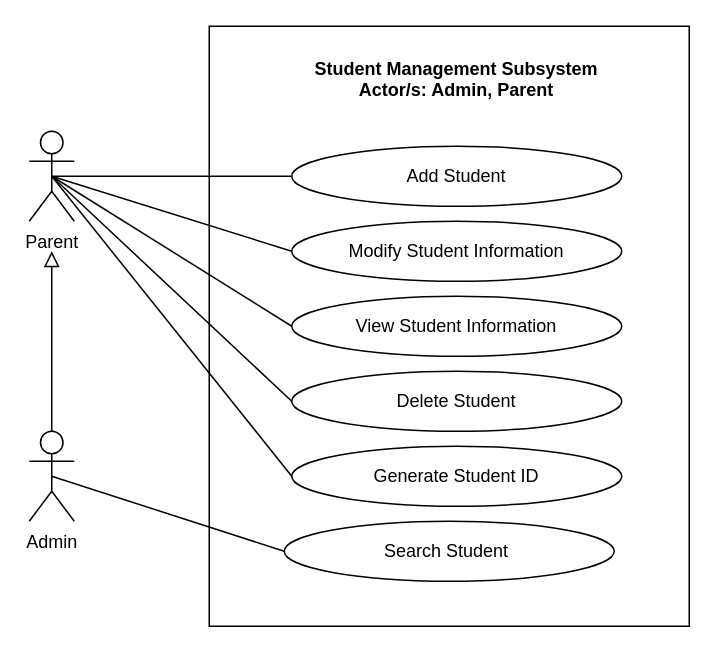
mrklglsn/CAPSTONE-FILES keeps this draw.io diagram as page "SMS" (1 of 7) of REVISIONS/UML-DIAGRAMS/6-9-2021/USE CASE/use case.drawio. Above is the earlier version. Source tidied: cells renumbered, new cells numbered last; positions are measured from the earlier drawing's top-left corner, leaving out a move shared by most shapes. Both pictures are drawn from the tidied source at 150%, with x=0, y=0 at pixel (28, 26).
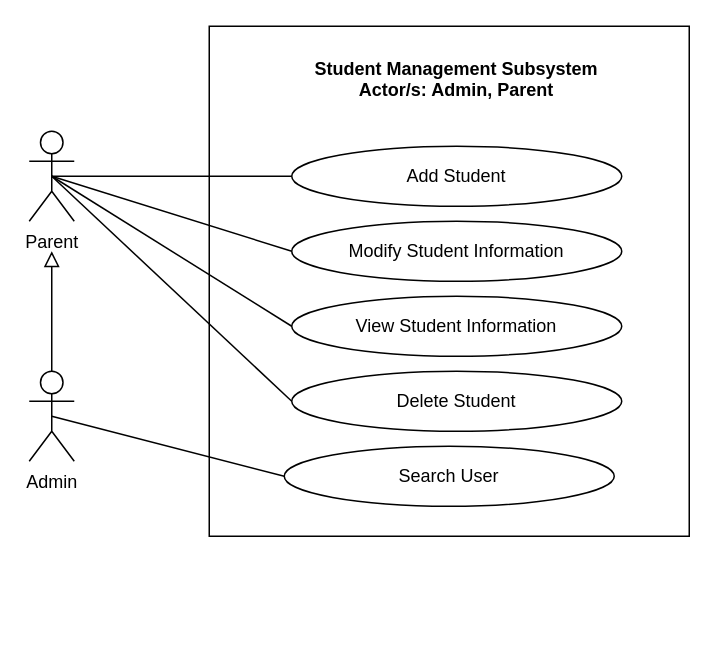
Above is the later version.

What changed in the source:
```diff
@@
 <mxGraphModel>
   <root>
     <mxCell id="0" />
     <mxCell id="1" parent="0" />
     <mxCell id="2" style="html=1;fillColor=none;" parent="1" vertex="1">
-      <mxGeometry x="120" width="320" height="400" as="geometry" />
+      <mxGeometry x="120" width="320" height="340" as="geometry" />
     </mxCell>
     <mxCell id="3" style="edgeStyle=none;rounded=0;jumpStyle=arc;jumpSize=14;jettySize=auto;html=1;exitX=0.5;exitY=0.5;exitDx=0;exitDy=0;exitPerimeter=0;entryX=0;entryY=0.5;entryDx=0;entryDy=0;startArrow=none;startFill=0;endArrow=none;endFill=0;startSize=11;endSize=11;" parent="1" edge="1" source="8" target="13">
       <mxGeometry relative="1" as="geometry" />
     </mxCell>
     <mxCell id="4" style="edgeStyle=none;rounded=0;jumpStyle=arc;jumpSize=14;jettySize=auto;html=1;exitX=0.5;exitY=0.5;exitDx=0;exitDy=0;exitPerimeter=0;entryX=0;entryY=0.5;entryDx=0;entryDy=0;startArrow=none;startFill=0;endArrow=none;endFill=0;startSize=11;endSize=11;" parent="1" edge="1" source="8" target="14">
       <mxGeometry relative="1" as="geometry" />
     </mxCell>
     <mxCell id="5" style="edgeStyle=none;rounded=0;jumpStyle=arc;jumpSize=14;jettySize=auto;html=1;exitX=0.5;exitY=0.5;exitDx=0;exitDy=0;exitPerimeter=0;entryX=0;entryY=0.5;entryDx=0;entryDy=0;startArrow=none;startFill=0;endArrow=none;endFill=0;startSize=11;endSize=11;" parent="1" edge="1" source="8" target="15">
       <mxGeometry relative="1" as="geometry" />
     </mxCell>
-    <mxCell id="6" style="rounded=0;jettySize=auto;html=1;exitX=0.5;exitY=0.5;exitDx=0;exitDy=0;exitPerimeter=0;entryX=0;entryY=0.5;entryDx=0;entryDy=0;endArrow=none;endFill=0;" parent="1" edge="1" source="8" target="17">
-      <mxGeometry relative="1" as="geometry" />
-    </mxCell>
     <mxCell id="7" style="edgeStyle=none;rounded=0;jettySize=auto;html=1;exitX=0.5;exitY=0.5;exitDx=0;exitDy=0;exitPerimeter=0;entryX=0;entryY=0.5;entryDx=0;entryDy=0;endArrow=none;endFill=0;" parent="1" edge="1" source="8" target="18">
       <mxGeometry relative="1" as="geometry" />
     </mxCell>
     <mxCell id="8" value="Parent" style="shape=umlActor;verticalLabelPosition=bottom;verticalAlign=top;html=1;fillColor=none;" parent="1" vertex="1">
       <mxGeometry y="70" width="30" height="60" as="geometry" />
     </mxCell>
     <mxCell id="9" style="edgeStyle=none;rounded=0;jettySize=auto;html=1;exitX=0.5;exitY=0;exitDx=0;exitDy=0;exitPerimeter=0;endArrow=block;endFill=0;endSize=8;" parent="1" edge="1" source="11">
       <mxGeometry relative="1" as="geometry">
         <mxPoint x="15" y="150" as="targetPoint" />
       </mxGeometry>
     </mxCell>
     <mxCell id="10" style="edgeStyle=none;rounded=0;jettySize=auto;html=1;exitX=0.5;exitY=0.5;exitDx=0;exitDy=0;exitPerimeter=0;entryX=0;entryY=0.5;entryDx=0;entryDy=0;endArrow=none;endFill=0;endSize=8;" parent="1" edge="1" source="11" target="16">
       <mxGeometry relative="1" as="geometry" />
     </mxCell>
     <mxCell id="11" value="Admin" style="shape=umlActor;verticalLabelPosition=bottom;verticalAlign=top;html=1;fillColor=none;" parent="1" vertex="1">
-      <mxGeometry y="270" width="30" height="60" as="geometry" />
+      <mxGeometry y="230" width="30" height="60" as="geometry" />
     </mxCell>
     <mxCell id="12" value="Student Management Subsystem&#10;Actor/s: Admin, Parent" style="text;align=center;fontStyle=1;verticalAlign=middle;spacingLeft=3;spacingRight=3;strokeColor=none;fillColor=none;" parent="1" vertex="1">
       <mxGeometry x="125" y="20" width="320" height="30" as="geometry" />
     </mxCell>
     <mxCell id="13" value="Add Student" style="ellipse;whiteSpace=wrap;html=1;fillColor=none;" parent="1" vertex="1">
       <mxGeometry x="175" y="80" width="220" height="40" as="geometry" />
     </mxCell>
     <mxCell id="14" value="View Student Information" style="ellipse;whiteSpace=wrap;html=1;fillColor=none;" parent="1" vertex="1">
       <mxGeometry x="175" y="180" width="220" height="40" as="geometry" />
     </mxCell>
     <mxCell id="15" value="Modify Student Information" style="ellipse;whiteSpace=wrap;html=1;fillColor=none;" parent="1" vertex="1">
       <mxGeometry x="175" y="130" width="220" height="40" as="geometry" />
     </mxCell>
-    <mxCell id="16" value="Search Student&amp;nbsp;" style="ellipse;whiteSpace=wrap;html=1;fillColor=none;" parent="1" vertex="1">
-      <mxGeometry x="170" y="330" width="220" height="40" as="geometry" />
+    <mxCell id="16" value="Search User" style="ellipse;whiteSpace=wrap;html=1;fillColor=none;" parent="1" vertex="1">
+      <mxGeometry x="170" y="280" width="220" height="40" as="geometry" />
     </mxCell>
-    <mxCell id="17" value="Generate Student ID" style="ellipse;whiteSpace=wrap;html=1;fillColor=none;" parent="1" vertex="1">
-      <mxGeometry x="175" y="280" width="220" height="40" as="geometry" />
-    </mxCell>
     <mxCell id="18" value="Delete Student" style="ellipse;whiteSpace=wrap;html=1;fillColor=none;" parent="1" vertex="1">
       <mxGeometry x="175" y="230" width="220" height="40" as="geometry" />
     </mxCell>
   </root>
 </mxGraphModel>
```
